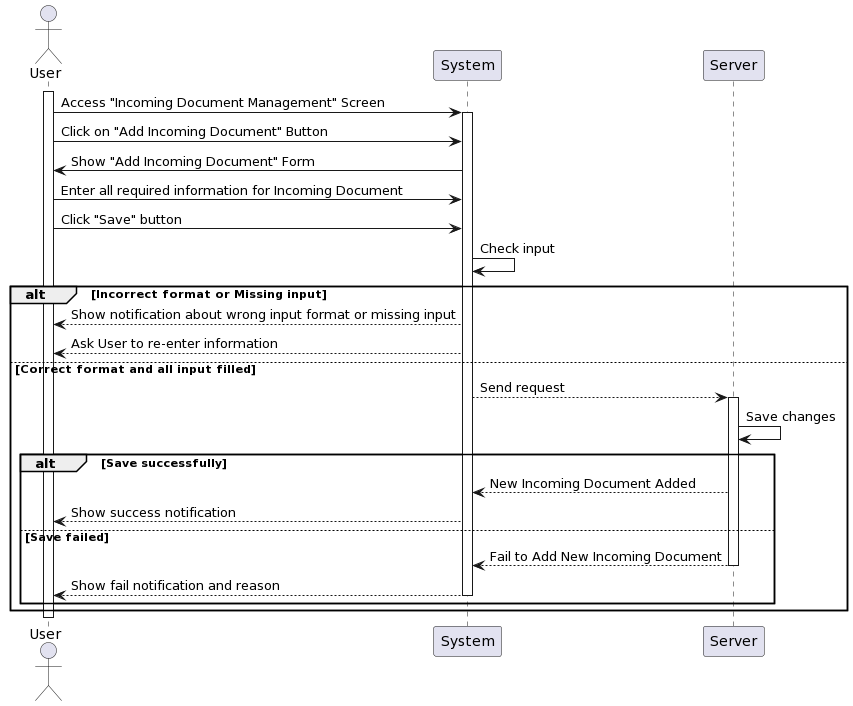
khoapham1003/SE357-Pratice-class keeps this PlantUML diagram as Lab1/Lab1.2/SequenceDiagram/IncomingDocument/AddIncomingDocument/AddIncomingDocument_SequenceDiagram.png. Above is the earlier version.
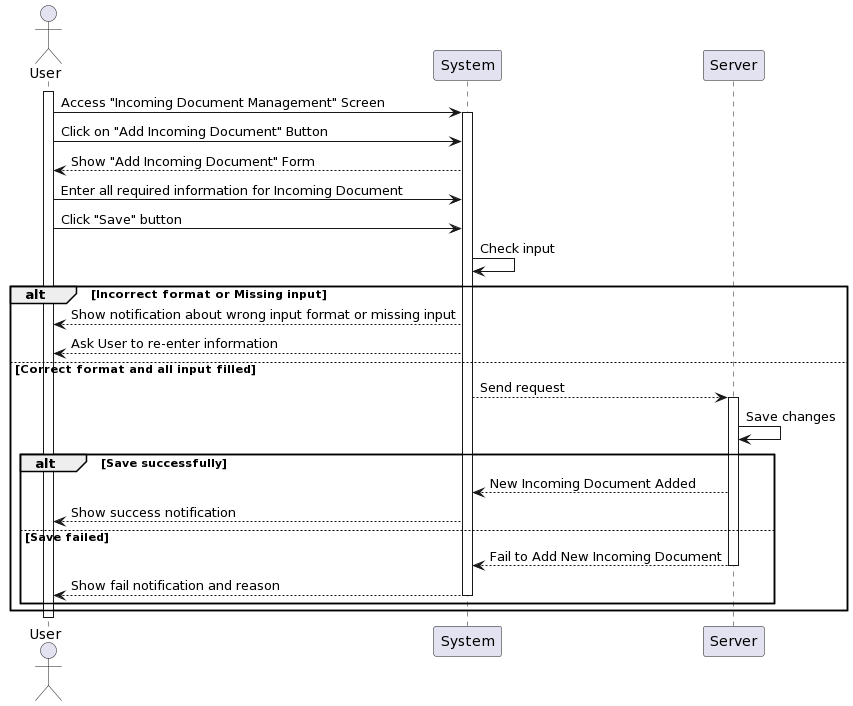
The same file after the commit.

Diff of the diagram source:
```diff
@@ -7,7 +7,7 @@
 User -> System: Access "Incoming Document Management" Screen
 activate System
 User -> System: Click on "Add Incoming Document" Button
-System -> User: Show "Add Incoming Document" Form
+System --> User: Show "Add Incoming Document" Form
 User -> System: Enter all required information for Incoming Document
 User -> System: Click "Save" button
 System -> System: Check input
```
